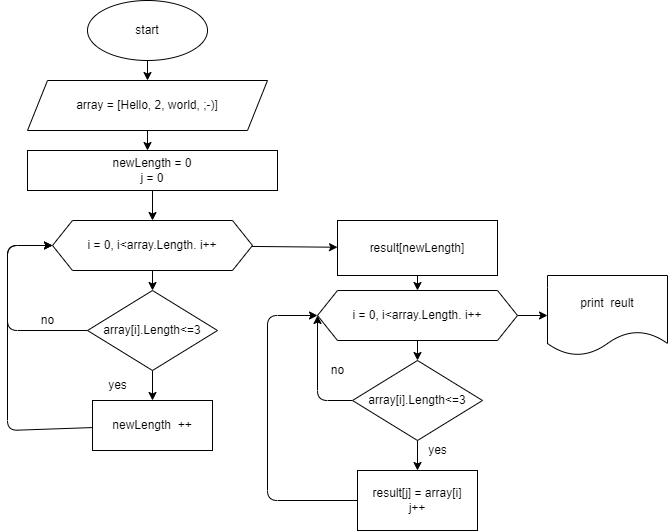
Earlier version of the draw.io export diagram1.drawio.png (TatyanaDenisova/Itogi). Source tidied: cells renumbered, new cells last; positions are measured from the earlier drawing's top-left corner, leaving out a move shared by most shapes.
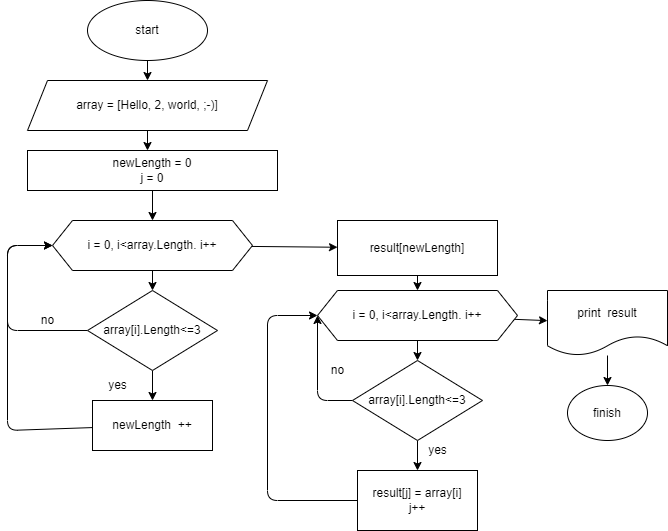
After the change.

The edit, as a diff of the source:
```diff
@@ -109,8 +109,14 @@
     <mxCell id="29" value="no" style="text;html=1;align=center;verticalAlign=middle;strokeColor=none;fillColor=none;" parent="1" vertex="1">
       <mxGeometry x="310" y="355" width="40" height="30" as="geometry" />
     </mxCell>
+    <mxCell id="31" style="edgeStyle=none;html=1;" parent="1" edge="1" source="30" target="32">
+      <mxGeometry relative="1" as="geometry" />
+    </mxCell>
-    <mxCell id="30" value="print&amp;nbsp; reult" style="shape=document;whiteSpace=wrap;html=1;boundedLbl=1;" parent="1" vertex="1">
-      <mxGeometry x="540" y="275" width="120" height="80" as="geometry" />
+    <mxCell id="30" value="print&amp;nbsp; result" style="shape=document;whiteSpace=wrap;html=1;boundedLbl=1;" parent="1" vertex="1">
+      <mxGeometry x="540" y="290" width="120" height="65" as="geometry" />
     </mxCell>
+    <mxCell id="32" value="finish" style="ellipse;whiteSpace=wrap;html=1;" parent="1" vertex="1">
+      <mxGeometry x="560" y="385" width="80" height="55" as="geometry" />
+    </mxCell>
   </root>
 </mxGraphModel>
```
